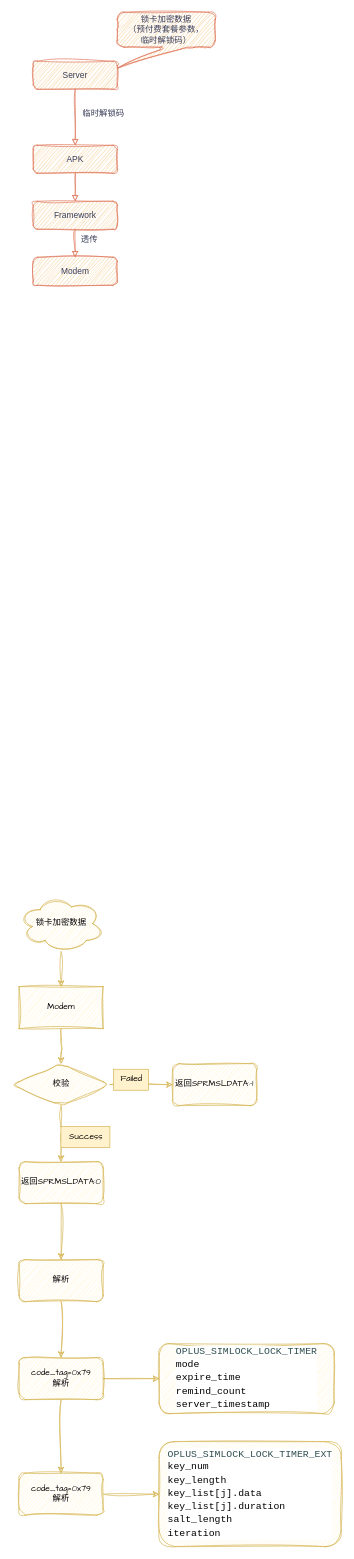
yangzetuoyuan/yangzetuoyuan.github.io keeps this draw.io diagram as page "Page-1" (1 of 2) of 预付费临时解锁码.drawio. Above is the earlier version. Source tidied: cells renumbered, new cells numbered last; positions are measured from the earlier drawing's top-left corner, leaving out a move shared by most shapes. Both pictures are drawn from the tidied source at 70%, with x=0, y=0 at pixel (12, 12).
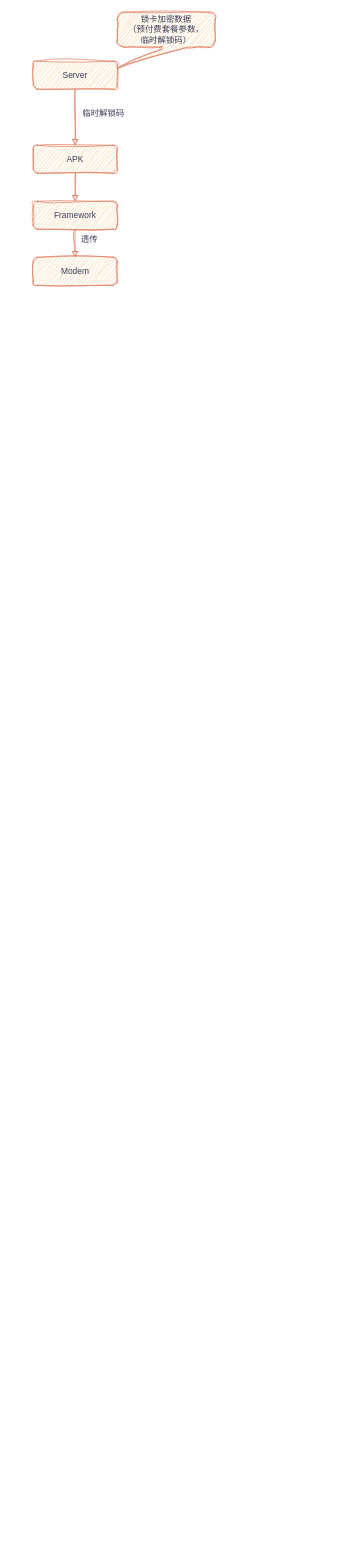
The same diagram, later.

Commit message:
更新预付费临时解锁码.drawio

The edit, as a diff of the source:
```diff
@@
-    <mxCell id="12" style="edgeStyle=orthogonalEdgeStyle;rounded=1;sketch=1;hachureGap=4;jiggle=2;curveFitting=1;jettySize=auto;html=1;fontFamily=Architects Daughter;fillColor=#fff2cc;strokeColor=#d6b656;" parent="1" edge="1" source="13" target="16">
-      <mxGeometry relative="1" as="geometry" />
-    </mxCell>
-    <mxCell id="13" value="Modem" style="rounded=0;whiteSpace=wrap;html=1;sketch=1;hachureGap=4;jiggle=2;curveFitting=1;fontFamily=Architects Daughter;fillColor=#fff2cc;strokeColor=#d6b656;" parent="1" vertex="1">
-      <mxGeometry x="9.8" y="1392" width="120" height="60" as="geometry" />
-    </mxCell>
-    <mxCell id="14" style="edgeStyle=orthogonalEdgeStyle;rounded=1;sketch=1;hachureGap=4;jiggle=2;curveFitting=1;jettySize=auto;html=1;fontFamily=Architects Daughter;fillColor=#fff2cc;strokeColor=#d6b656;" parent="1" edge="1" source="16" target="19">
-      <mxGeometry relative="1" as="geometry" />
-    </mxCell>
-    <mxCell id="15" style="edgeStyle=orthogonalEdgeStyle;rounded=1;sketch=1;hachureGap=4;jiggle=2;curveFitting=1;jettySize=auto;html=1;fontFamily=Architects Daughter;fillColor=#fff2cc;strokeColor=#d6b656;" parent="1" edge="1" source="16" target="21">
-      <mxGeometry relative="1" as="geometry" />
-    </mxCell>
-    <mxCell id="16" value="校验" style="rhombus;whiteSpace=wrap;html=1;rounded=1;sketch=1;hachureGap=4;jiggle=2;curveFitting=1;fontFamily=Architects Daughter;fillColor=#fff2cc;strokeColor=#d6b656;" parent="1" vertex="1">
-      <mxGeometry y="1502" width="139.5" height="60" as="geometry" />
-    </mxCell>
-    <mxCell id="17" style="edgeStyle=orthogonalEdgeStyle;rounded=1;sketch=1;hachureGap=4;jiggle=2;curveFitting=1;jettySize=auto;html=1;fontFamily=Architects Daughter;fillColor=#fff2cc;strokeColor=#d6b656;" parent="1" edge="1" source="18" target="13">
-      <mxGeometry relative="1" as="geometry" />
-    </mxCell>
-    <mxCell id="18" value="锁卡加密数据" style="ellipse;shape=cloud;whiteSpace=wrap;html=1;rounded=1;sketch=1;hachureGap=4;jiggle=2;curveFitting=1;fontFamily=Architects Daughter;fillColor=#fff2cc;strokeColor=#d6b656;" parent="1" vertex="1">
-      <mxGeometry x="9.8" y="1262" width="120" height="80" as="geometry" />
-    </mxCell>
-    <mxCell id="19" value="返回SPRMSLDATA:-1" style="whiteSpace=wrap;html=1;fontFamily=Architects Daughter;rounded=1;sketch=1;hachureGap=4;jiggle=2;curveFitting=1;fillColor=#fff2cc;strokeColor=#d6b656;" parent="1" vertex="1">
-      <mxGeometry x="229.2" y="1502" width="120" height="60" as="geometry" />
-    </mxCell>
-    <mxCell id="20" style="edgeStyle=orthogonalEdgeStyle;rounded=1;sketch=1;hachureGap=4;jiggle=2;curveFitting=1;jettySize=auto;html=1;fontFamily=Architects Daughter;fillColor=#fff2cc;strokeColor=#d6b656;" parent="1" edge="1" source="21" target="25">
-      <mxGeometry relative="1" as="geometry" />
-    </mxCell>
-    <mxCell id="21" value="返回SPRMSLDATA:0" style="whiteSpace=wrap;html=1;fontFamily=Architects Daughter;rounded=1;sketch=1;hachureGap=4;jiggle=2;curveFitting=1;fillColor=#fff2cc;strokeColor=#d6b656;" parent="1" vertex="1">
-      <mxGeometry x="9.8" y="1642" width="120" height="60" as="geometry" />
-    </mxCell>
-    <mxCell id="22" value="Failed" style="text;html=1;align=center;verticalAlign=middle;strokeColor=#d6b656;fillColor=#fff2cc;fontFamily=Architects Daughter;" parent="1" vertex="1">
-      <mxGeometry x="144.8" y="1510" width="50" height="30" as="geometry" />
-    </mxCell>
-    <mxCell id="23" value="Success" style="text;html=1;align=center;verticalAlign=middle;strokeColor=#d6b656;fillColor=#fff2cc;fontFamily=Architects Daughter;" parent="1" vertex="1">
-      <mxGeometry x="69.5" y="1592" width="70" height="30" as="geometry" />
-    </mxCell>
-    <mxCell id="24" style="edgeStyle=orthogonalEdgeStyle;rounded=1;sketch=1;hachureGap=4;jiggle=2;curveFitting=1;jettySize=auto;html=1;fontFamily=Architects Daughter;fillColor=#fff2cc;strokeColor=#d6b656;" parent="1" edge="1" source="25" target="28">
-      <mxGeometry relative="1" as="geometry" />
-    </mxCell>
-    <mxCell id="25" value="解析" style="whiteSpace=wrap;html=1;fontFamily=Architects Daughter;rounded=1;sketch=1;hachureGap=4;jiggle=2;curveFitting=1;fillColor=#fff2cc;strokeColor=#d6b656;" parent="1" vertex="1">
-      <mxGeometry x="9.8" y="1782" width="120" height="60" as="geometry" />
-    </mxCell>
-    <mxCell id="26" style="edgeStyle=orthogonalEdgeStyle;rounded=1;sketch=1;hachureGap=4;jiggle=2;curveFitting=1;jettySize=auto;html=1;fontFamily=Architects Daughter;fillColor=#fff2cc;strokeColor=#d6b656;" parent="1" edge="1" source="28" target="30">
-      <mxGeometry relative="1" as="geometry" />
-    </mxCell>
-    <mxCell id="27" style="edgeStyle=orthogonalEdgeStyle;rounded=1;sketch=1;hachureGap=4;jiggle=2;curveFitting=1;jettySize=auto;html=1;fontFamily=Architects Daughter;fillColor=#fff2cc;strokeColor=#d6b656;" parent="1" edge="1" source="28" target="31">
-      <mxGeometry relative="1" as="geometry" />
-    </mxCell>
-    <mxCell id="28" value="code_tag=0x79&lt;div&gt;解析&lt;/div&gt;" style="whiteSpace=wrap;html=1;fontFamily=Architects Daughter;rounded=1;sketch=1;hachureGap=4;jiggle=2;curveFitting=1;fillColor=#fff2cc;strokeColor=#d6b656;" parent="1" vertex="1">
-      <mxGeometry x="9.8" y="1922" width="120" height="60" as="geometry" />
-    </mxCell>
-    <mxCell id="29" style="edgeStyle=orthogonalEdgeStyle;rounded=1;sketch=1;hachureGap=4;jiggle=2;curveFitting=1;jettySize=auto;html=1;fontFamily=Architects Daughter;fillColor=#fff2cc;strokeColor=#d6b656;" parent="1" edge="1" source="30" target="32">
-      <mxGeometry relative="1" as="geometry" />
-    </mxCell>
-    <mxCell id="30" value="code_tag=0x79&lt;div&gt;解析&lt;/div&gt;" style="whiteSpace=wrap;html=1;fontFamily=Architects Daughter;rounded=1;sketch=1;hachureGap=4;jiggle=2;curveFitting=1;fillColor=#fff2cc;strokeColor=#d6b656;" parent="1" vertex="1">
-      <mxGeometry x="9.8" y="2087" width="120" height="60" as="geometry" />
-    </mxCell>
-    <mxCell id="31" value="&lt;span style=&quot;color: rgb(47, 79, 79); font-family: Consolas, &amp;quot;Courier New&amp;quot;, monospace; font-size: 14px; white-space: pre; background-color: rgb(255, 255, 255);&quot;&gt;OPLUS_SIMLOCK_LOCK_TIMER&lt;/span&gt;&lt;div&gt;&lt;div style=&quot;text-align: left; background-color: rgb(255, 255, 255); font-family: Consolas, &amp;quot;Courier New&amp;quot;, monospace; font-size: 14px; line-height: 19px; white-space: pre;&quot;&gt;mode&lt;/div&gt;&lt;/div&gt;&lt;div style=&quot;background-color: rgb(255, 255, 255); font-family: Consolas, &amp;quot;Courier New&amp;quot;, monospace; font-size: 14px; line-height: 19px; white-space: pre;&quot;&gt;&lt;div style=&quot;text-align: left; line-height: 19px;&quot;&gt;expire_time&lt;/div&gt;&lt;div style=&quot;line-height: 19px;&quot;&gt;&lt;div style=&quot;text-align: left; line-height: 19px;&quot;&gt;remind_count&lt;/div&gt;&lt;div style=&quot;line-height: 19px;&quot;&gt;&lt;div style=&quot;text-align: left; line-height: 19px;&quot;&gt;server_timestamp&lt;/div&gt;&lt;/div&gt;&lt;/div&gt;&lt;/div&gt;" style="whiteSpace=wrap;html=1;fontFamily=Architects Daughter;rounded=1;sketch=1;hachureGap=4;jiggle=2;curveFitting=1;fillColor=#fff2cc;strokeColor=#d6b656;" parent="1" vertex="1">
-      <mxGeometry x="209.8" y="1902" width="250" height="100" as="geometry" />
-    </mxCell>
-    <mxCell id="32" value="&lt;span style=&quot;color: rgb(47, 79, 79); font-family: Consolas, &amp;quot;Courier New&amp;quot;, monospace; font-size: 14px; white-space: pre; background-color: rgb(255, 255, 255);&quot;&gt;OPLUS_SIMLOCK_LOCK_TIMER_EXT&lt;/span&gt;&lt;div&gt;&lt;div style=&quot;text-align: left; background-color: rgb(255, 255, 255); font-family: Consolas, &amp;quot;Courier New&amp;quot;, monospace; font-size: 14px; line-height: 19px; white-space: pre;&quot;&gt;key_num&lt;/div&gt;&lt;/div&gt;&lt;div style=&quot;background-color: rgb(255, 255, 255); font-family: Consolas, &amp;quot;Courier New&amp;quot;, monospace; font-size: 14px; line-height: 19px; white-space: pre;&quot;&gt;&lt;div style=&quot;text-align: left; line-height: 19px;&quot;&gt;key_length&lt;/div&gt;&lt;div style=&quot;line-height: 19px;&quot;&gt;&lt;div style=&quot;text-align: left; line-height: 19px;&quot;&gt;key_list[j].data&lt;/div&gt;&lt;div style=&quot;line-height: 19px;&quot;&gt;&lt;div style=&quot;text-align: left; line-height: 19px;&quot;&gt;key_list[j].duration&lt;/div&gt;&lt;div style=&quot;line-height: 19px;&quot;&gt;&lt;div style=&quot;text-align: left; line-height: 19px;&quot;&gt;salt_length&lt;/div&gt;&lt;div style=&quot;line-height: 19px;&quot;&gt;&lt;div style=&quot;text-align: left; line-height: 19px;&quot;&gt;iteration&lt;/div&gt;&lt;/div&gt;&lt;/div&gt;&lt;/div&gt;&lt;/div&gt;&lt;/div&gt;" style="whiteSpace=wrap;html=1;fontFamily=Architects Daughter;rounded=1;sketch=1;hachureGap=4;jiggle=2;curveFitting=1;fillColor=#fff2cc;strokeColor=#d6b656;" parent="1" vertex="1">
-      <mxGeometry x="209.8" y="2042" width="260" height="150" as="geometry" />
-    </mxCell>
```
